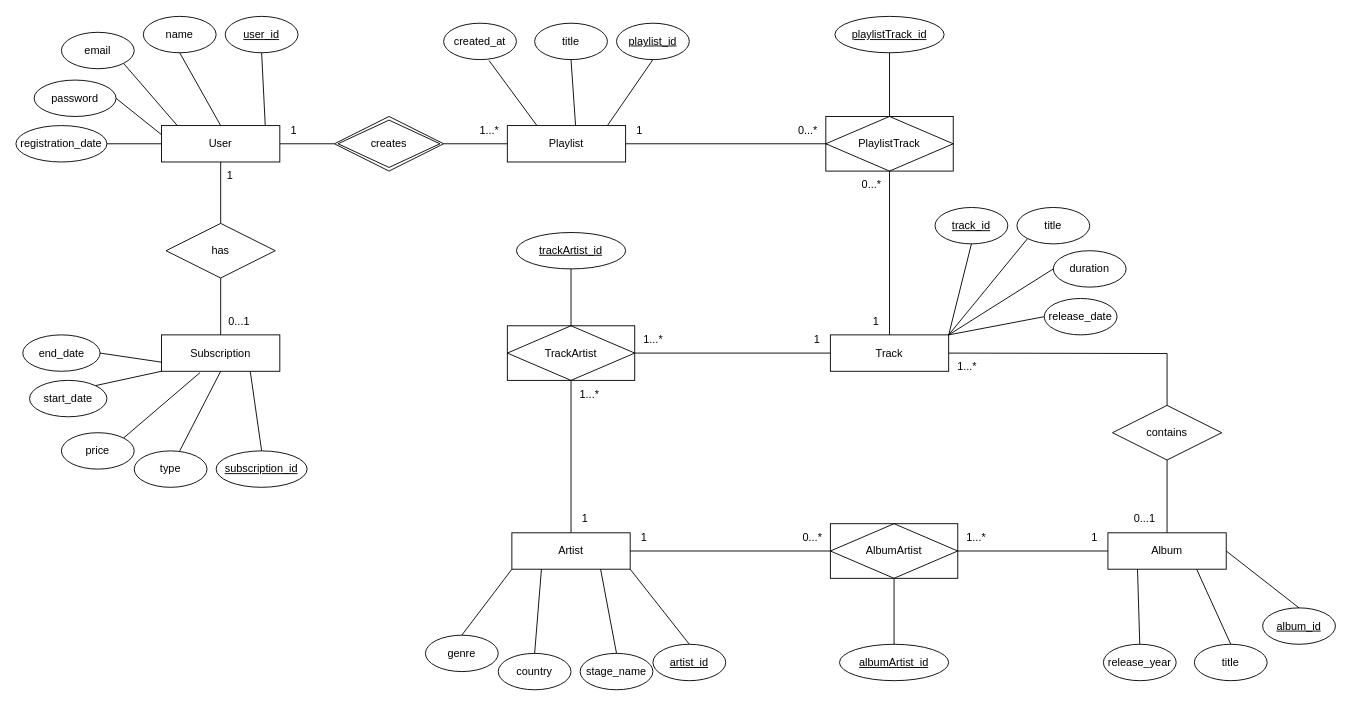
This is lab_1/Діаграма Чена.drawio from yusik100/labs-mavps, a draw.io file, before an edit. Source tidied: cells renumbered, new cells numbered last; positions are measured from the earlier drawing's top-left corner, leaving out a move shared by most shapes. Both pictures are drawn from the tidied source at 91%, with x=0, y=0 at pixel (15, 15).
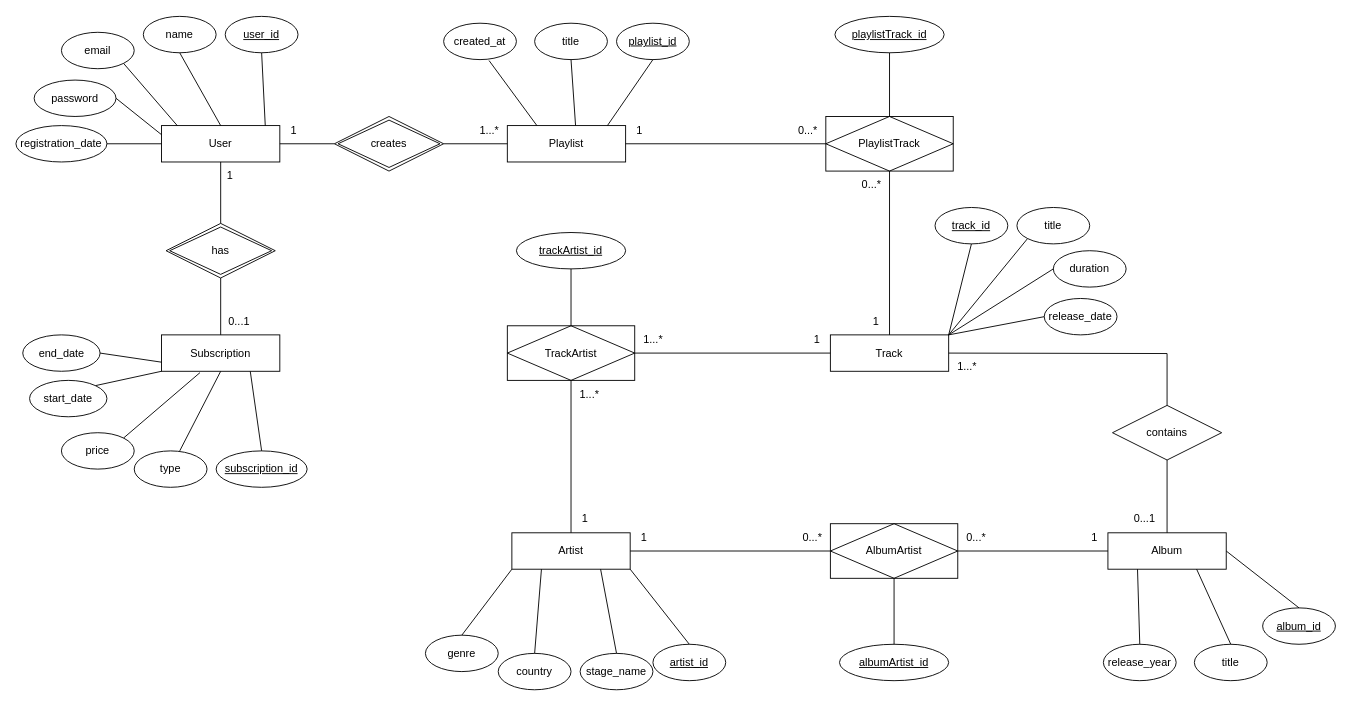
The same diagram, later.

The change refers to these unchanged cells:
```xml
<mxCell id="2" value="User" style="rounded=0;whiteSpace=wrap;html=1;" parent="1" vertex="1">
  <mxGeometry x="160" y="120.5" width="130" height="40" as="geometry" />
</mxCell>
<mxCell id="4" value="Subscription" style="rounded=0;whiteSpace=wrap;html=1;" parent="1" vertex="1">
  <mxGeometry x="160" y="350.5" width="130" height="40" as="geometry" />
</mxCell>
```

What changed in the source:
```diff
@@
-<mxGraphModel>
+<mxGraphModel background="#FFFFFF">
@@
-    <mxCell id="75" value="has" style="shape=rhombus;perimeter=rhombusPerimeter;whiteSpace=wrap;html=1;align=center;" parent="1" vertex="1">
-      <mxGeometry x="165" y="228" width="120" height="60" as="geometry" />
-    </mxCell>
-    <mxCell id="76" style="endArrow=none;html=1;rounded=0;exitX=0.5;exitY=1;exitDx=0;exitDy=0;entryX=0.5;entryY=0;entryDx=0;entryDy=0;" parent="1" edge="1" source="2" target="75">
-      <mxGeometry relative="1" as="geometry" />
+    <mxCell id="76" style="endArrow=none;html=1;rounded=0;exitX=0.5;exitY=1;exitDx=0;exitDy=0;entryX=0.5;entryY=0;entryDx=0;entryDy=0;" parent="1" edge="1" source="2">
+      <mxGeometry relative="1" as="geometry">
+        <mxPoint x="225" y="228" as="targetPoint" />
+      </mxGeometry>
     </mxCell>
-    <mxCell id="77" style="endArrow=none;html=1;rounded=0;exitX=0.5;exitY=1;exitDx=0;exitDy=0;entryX=0.5;entryY=0;entryDx=0;entryDy=0;" parent="1" edge="1" source="75" target="4">
-      <mxGeometry relative="1" as="geometry" />
+    <mxCell id="77" style="endArrow=none;html=1;rounded=0;exitX=0.5;exitY=1;exitDx=0;exitDy=0;entryX=0.5;entryY=0;entryDx=0;entryDy=0;" parent="1" edge="1" target="4">
+      <mxGeometry relative="1" as="geometry">
+        <mxPoint x="225" y="288" as="sourcePoint" />
+      </mxGeometry>
     </mxCell>
@@
-    <mxCell id="91" value="1...*" style="text;html=1;align=center;verticalAlign=middle;strokeColor=none;fillColor=none;" parent="1" vertex="1">
+    <mxCell id="91" value="0...*" style="text;html=1;align=center;verticalAlign=middle;strokeColor=none;fillColor=none;" parent="1" vertex="1">
       <mxGeometry x="1035" y="558" width="40" height="30" as="geometry" />
     </mxCell>
@@
+    <mxCell id="75" value="has" style="shape=rhombus;double=1;perimeter=rhombusPerimeter;whiteSpace=wrap;html=1;align=center;" parent="1" vertex="1">
+      <mxGeometry x="165" y="228" width="120" height="60" as="geometry" />
+    </mxCell>
```
